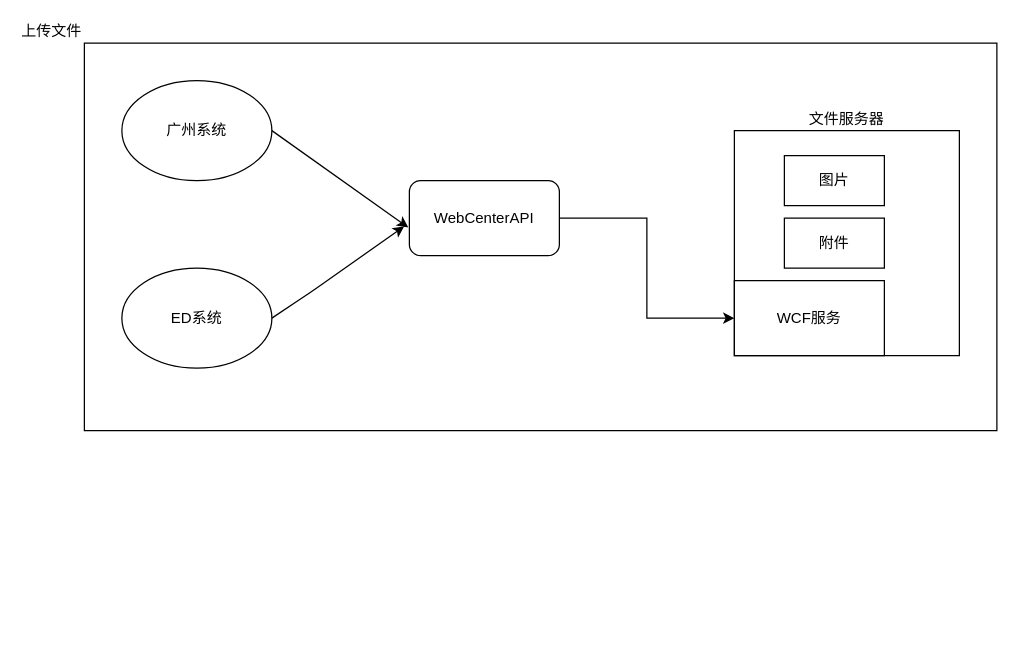
Before: 未命名绘图.drawio in J-W-Chan/PDM, a draw.io diagram. Source tidied: cells renumbered, new cells numbered last; positions are measured from the earlier drawing's top-left corner, leaving out a move shared by most shapes. Both pictures are drawn from the tidied source at 125%, with x=0, y=0 at pixel (84, 42).
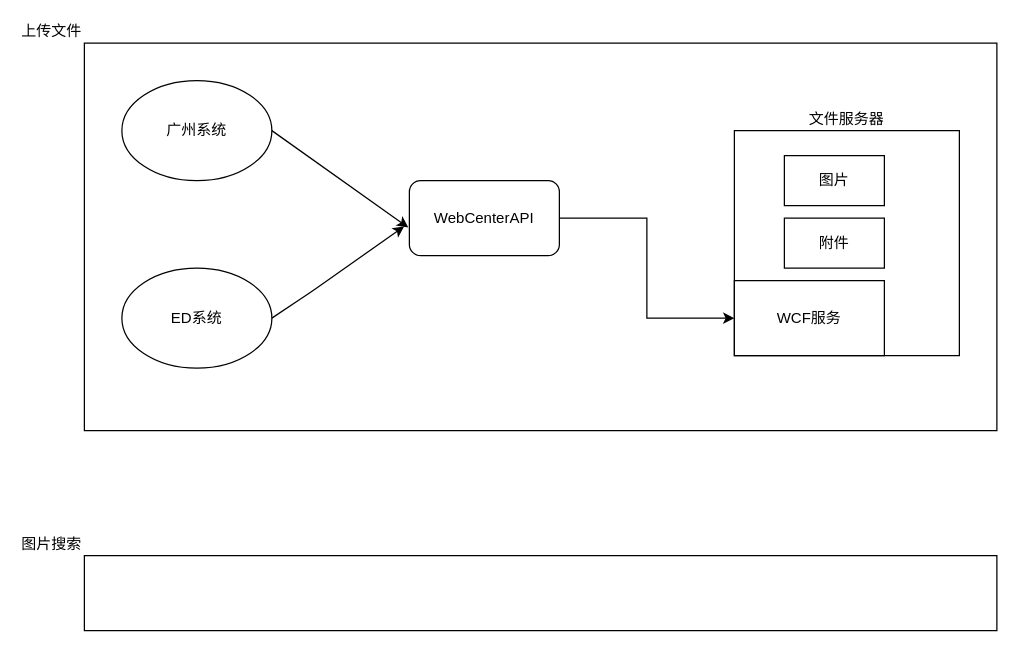
After the change.

The edit, as a diff of the source:
```diff
@@
 <mxGraphModel>
   <root>
     <mxCell id="0" />
     <mxCell id="1" parent="0" />
     <mxCell id="2" value="上传文件" style="rounded=0;whiteSpace=wrap;html=1;labelPosition=left;verticalLabelPosition=top;align=right;verticalAlign=bottom;" parent="1" vertex="1">
       <mxGeometry width="730" height="310" as="geometry" />
     </mxCell>
     <mxCell id="3" value="广州系统" style="ellipse;whiteSpace=wrap;html=1;" parent="1" vertex="1">
       <mxGeometry x="30" y="30" width="120" height="80" as="geometry" />
     </mxCell>
     <mxCell id="4" value="ED系统" style="ellipse;whiteSpace=wrap;html=1;" parent="1" vertex="1">
       <mxGeometry x="30" y="180" width="120" height="80" as="geometry" />
     </mxCell>
     <mxCell id="5" style="edgeStyle=orthogonalEdgeStyle;rounded=0;jettySize=auto;html=1;entryX=0;entryY=0.5;entryDx=0;entryDy=0;" parent="1" edge="1" source="6" target="8">
       <mxGeometry relative="1" as="geometry" />
     </mxCell>
     <mxCell id="6" value="WebCenterAPI" style="rounded=1;whiteSpace=wrap;html=1;" parent="1" vertex="1">
       <mxGeometry x="260" y="110" width="120" height="60" as="geometry" />
     </mxCell>
     <mxCell id="7" value="文件服务器" style="whiteSpace=wrap;html=1;labelPosition=center;verticalLabelPosition=top;align=center;verticalAlign=bottom;" parent="1" vertex="1">
       <mxGeometry x="520" y="70" width="180" height="180" as="geometry" />
     </mxCell>
     <mxCell id="8" value="WCF服务" style="rounded=0;whiteSpace=wrap;html=1;" parent="1" vertex="1">
       <mxGeometry x="520" y="190" width="120" height="60" as="geometry" />
     </mxCell>
     <mxCell id="9" style="endArrow=classic;html=1;exitX=1;exitY=0.5;exitDx=0;exitDy=0;entryX=-0.007;entryY=0.625;entryDx=0;entryDy=0;entryPerimeter=0;" parent="1" edge="1" source="3" target="6">
       <mxGeometry relative="1" as="geometry" />
     </mxCell>
     <mxCell id="10" style="endArrow=classic;html=1;exitX=1;exitY=0.5;exitDx=0;exitDy=0;entryX=-0.035;entryY=0.611;entryDx=0;entryDy=0;entryPerimeter=0;" parent="1" edge="1" source="4" target="6">
       <mxGeometry relative="1" as="geometry">
         <Array as="points">
           <mxPoint x="180" y="200" />
         </Array>
       </mxGeometry>
     </mxCell>
     <mxCell id="11" value="图片" style="rounded=0;whiteSpace=wrap;html=1;" parent="1" vertex="1">
       <mxGeometry x="560" y="90" width="80" height="40" as="geometry" />
     </mxCell>
     <mxCell id="12" value="附件" style="rounded=0;whiteSpace=wrap;html=1;" parent="1" vertex="1">
       <mxGeometry x="560" y="140" width="80" height="40" as="geometry" />
     </mxCell>
+    <mxCell id="13" value="图片搜索" style="rounded=0;whiteSpace=wrap;html=1;labelPosition=left;verticalLabelPosition=top;align=right;verticalAlign=bottom;" parent="1" vertex="1">
+      <mxGeometry y="410" width="730" height="60" as="geometry" />
+    </mxCell>
   </root>
 </mxGraphModel>
```
